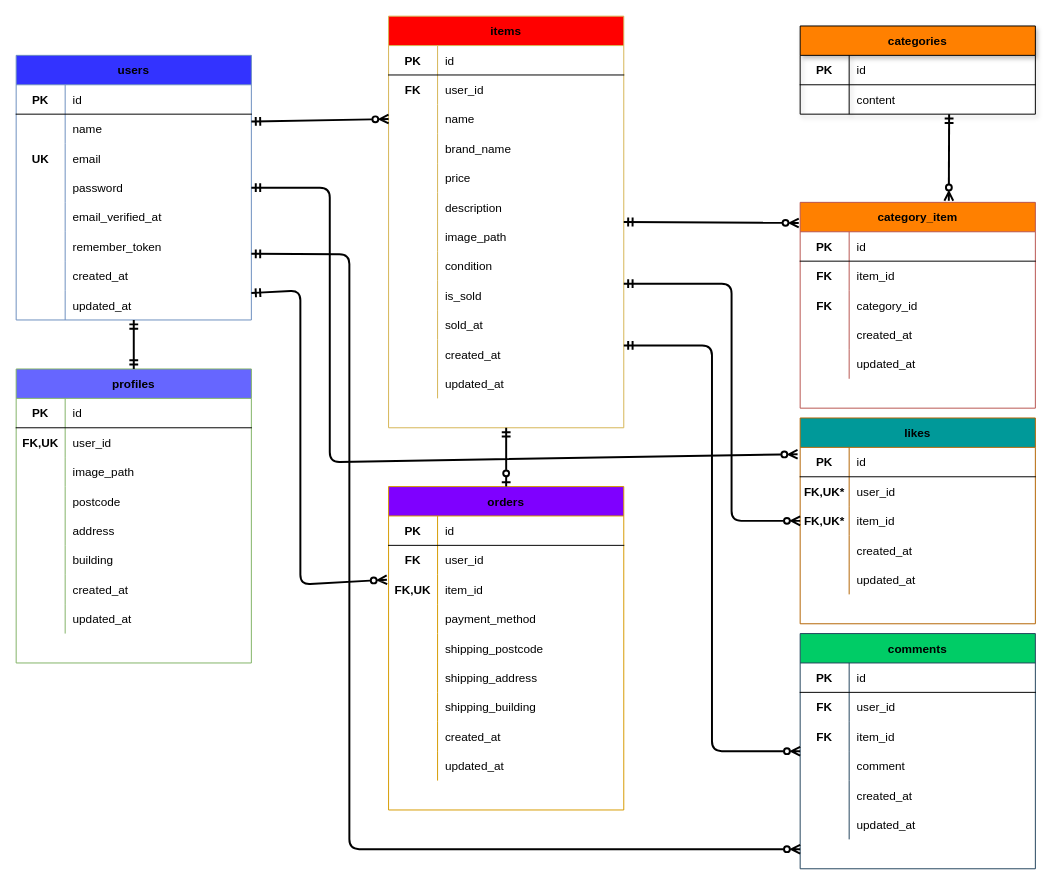
Earlier version of the draw.io diagram docs/ER.drawio (kn-a0322/furima-app-project). Source tidied: cells renumbered, new cells numbered last; positions are measured from the earlier drawing's top-left corner, leaving out a move shared by most shapes. Both pictures are drawn from the tidied source at 98%, with x=0, y=0 at pixel (-14, 16).
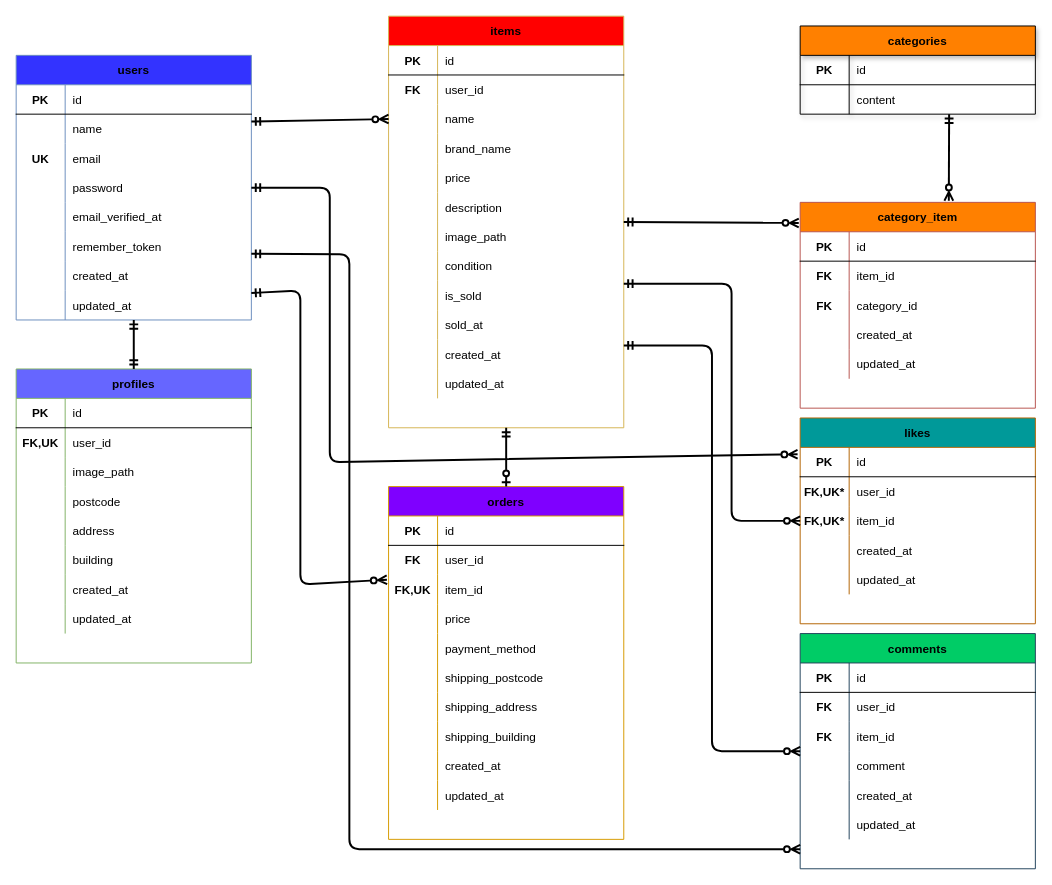
Above is the later version.

Unchanged cells that the change refers to:
```xml
<mxCell id="101" style="shape=tableRow;horizontal=0;startSize=0;swimlaneHead=0;swimlaneBody=0;fillColor=none;top=0;left=0;right=0;bottom=0;" parent="91" vertex="1">
  <mxGeometry y="120" width="240" height="30" as="geometry" />
</mxCell>
<mxCell id="104" style="shape=tableRow;horizontal=0;startSize=0;swimlaneHead=0;swimlaneBody=0;fillColor=none;top=0;left=0;right=0;bottom=0;" parent="91" vertex="1">
  <mxGeometry y="150" width="240" height="30" as="geometry" />
</mxCell>
<mxCell id="107" style="shape=tableRow;horizontal=0;startSize=0;swimlaneHead=0;swimlaneBody=0;fillColor=none;top=0;left=0;right=0;bottom=0;" parent="91" vertex="1">
  <mxGeometry y="180" width="240" height="30" as="geometry" />
</mxCell>
<mxCell id="110" style="shape=tableRow;horizontal=0;startSize=0;swimlaneHead=0;swimlaneBody=0;fillColor=none;top=0;left=0;right=0;bottom=0;" parent="91" vertex="1">
  <mxGeometry y="210" width="240" height="30" as="geometry" />
</mxCell>
<mxCell id="113" style="shape=tableRow;horizontal=0;startSize=0;swimlaneHead=0;swimlaneBody=0;fillColor=none;top=0;left=0;right=0;bottom=0;" parent="91" vertex="1">
  <mxGeometry y="240" width="240" height="30" as="geometry" />
</mxCell>
<mxCell id="116" style="shape=tableRow;horizontal=0;startSize=0;swimlaneHead=0;swimlaneBody=0;fillColor=none;top=0;left=0;right=0;bottom=0;" parent="91" vertex="1">
  <mxGeometry y="270" width="240" height="30" as="geometry" />
</mxCell>
<mxCell id="119" style="shape=tableRow;horizontal=0;startSize=0;swimlaneHead=0;swimlaneBody=0;fillColor=none;top=0;left=0;right=0;bottom=0;" parent="91" vertex="1">
  <mxGeometry y="300" width="240" height="30" as="geometry" />
</mxCell>
```

What changed in the source:
```diff
@@
     <mxCell id="91" value="orders" style="shape=table;startSize=30;childLayout=tableLayout;rowLines=0;fontStyle=1;align=center;fillColor=#7F00FF;strokeColor=#d79b00;" parent="1" vertex="1">
-      <mxGeometry x="410" y="480" width="240" height="330" as="geometry" />
+      <mxGeometry x="410" y="480" width="240" height="360" as="geometry" />
     </mxCell>
@@
-    <mxCell id="103" value="payment_method" style="shape=partialRectangle;fillColor=none;top=0;left=0;bottom=0;right=0;align=left;spacingLeft=6;overflow=hidden;fontSize=12;" parent="101" vertex="1">
+    <mxCell id="103" value="price" style="shape=partialRectangle;fillColor=none;top=0;left=0;bottom=0;right=0;align=left;spacingLeft=6;overflow=hidden;fontSize=12;" parent="101" vertex="1">
       <mxGeometry x="50" width="190" height="30" as="geometry" />
     </mxCell>
@@
-    <mxCell id="106" value="shipping_postcode" style="shape=partialRectangle;fillColor=none;top=0;left=0;bottom=0;right=0;align=left;spacingLeft=6;overflow=hidden;fontSize=12;" parent="104" vertex="1">
+    <mxCell id="106" value="payment_method" style="shape=partialRectangle;fillColor=none;top=0;left=0;bottom=0;right=0;align=left;spacingLeft=6;overflow=hidden;fontSize=12;" parent="104" vertex="1">
       <mxGeometry x="50" width="190" height="30" as="geometry" />
     </mxCell>
@@
-    <mxCell id="109" value="shipping_address" style="shape=partialRectangle;fillColor=none;top=0;left=0;bottom=0;right=0;align=left;spacingLeft=6;overflow=hidden;fontSize=12;" parent="107" vertex="1">
+    <mxCell id="109" value="shipping_postcode" style="shape=partialRectangle;fillColor=none;top=0;left=0;bottom=0;right=0;align=left;spacingLeft=6;overflow=hidden;fontSize=12;" parent="107" vertex="1">
       <mxGeometry x="50" width="190" height="30" as="geometry" />
     </mxCell>
@@
-    <mxCell id="112" value="shipping_building" style="shape=partialRectangle;fillColor=none;top=0;left=0;bottom=0;right=0;align=left;spacingLeft=6;overflow=hidden;fontSize=12;" parent="110" vertex="1">
+    <mxCell id="112" value="shipping_address" style="shape=partialRectangle;fillColor=none;top=0;left=0;bottom=0;right=0;align=left;spacingLeft=6;overflow=hidden;fontSize=12;" parent="110" vertex="1">
       <mxGeometry x="50" width="190" height="30" as="geometry" />
     </mxCell>
@@
-    <mxCell id="115" value="created_at" style="shape=partialRectangle;fillColor=none;top=0;left=0;bottom=0;right=0;align=left;spacingLeft=6;overflow=hidden;fontSize=12;" parent="113" vertex="1">
+    <mxCell id="115" value="shipping_building" style="shape=partialRectangle;fillColor=none;top=0;left=0;bottom=0;right=0;align=left;spacingLeft=6;overflow=hidden;fontSize=12;" parent="113" vertex="1">
       <mxGeometry x="50" width="190" height="30" as="geometry" />
     </mxCell>
@@
-    <mxCell id="118" value="updated_at" style="shape=partialRectangle;fillColor=none;top=0;left=0;bottom=0;right=0;align=left;spacingLeft=6;overflow=hidden;fontSize=12;" parent="116" vertex="1">
+    <mxCell id="118" value="created_at" style="shape=partialRectangle;fillColor=none;top=0;left=0;bottom=0;right=0;align=left;spacingLeft=6;overflow=hidden;fontSize=12;" parent="116" vertex="1">
       <mxGeometry x="50" width="190" height="30" as="geometry" />
     </mxCell>
@@
+    <mxCell id="193" style="shape=partialRectangle;fillColor=none;top=0;left=0;bottom=0;right=0;overflow=hidden;fontSize=12;" parent="119" vertex="1">
+      <mxGeometry width="50" height="30" as="geometry" />
+    </mxCell>
+    <mxCell id="194" value="updated_at" style="shape=partialRectangle;fillColor=none;top=0;left=0;bottom=0;right=0;align=left;spacingLeft=6;overflow=hidden;fontSize=12;" parent="119" vertex="1">
+      <mxGeometry x="50" width="190" height="30" as="geometry" />
+    </mxCell>
+    <mxCell id="195" style="shape=tableRow;horizontal=0;startSize=0;swimlaneHead=0;swimlaneBody=0;fillColor=none;top=0;left=0;right=0;bottom=0;" parent="91" vertex="1">
+      <mxGeometry y="330" width="240" height="30" as="geometry" />
+    </mxCell>
```
